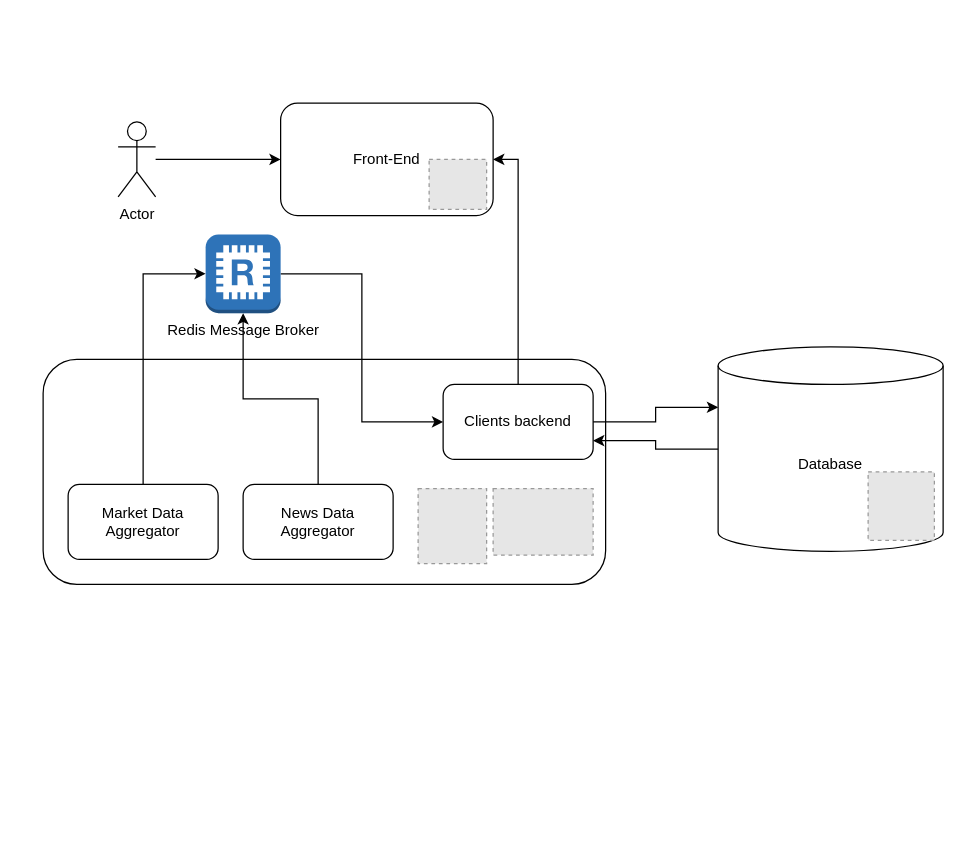
Earlier version of the draw.io diagram Crypto Station Architecture.drawio (thomasbs17/C-Metrics). Source tidied: cells renumbered, new cells numbered last; positions are measured from the earlier drawing's top-left corner, leaving out a move shared by most shapes. Both pictures are drawn from the tidied source at 125%, with x=0, y=0 at pixel (42, 102). Pictures stored in the file or linked from it are replaced by grey dashed boxes.
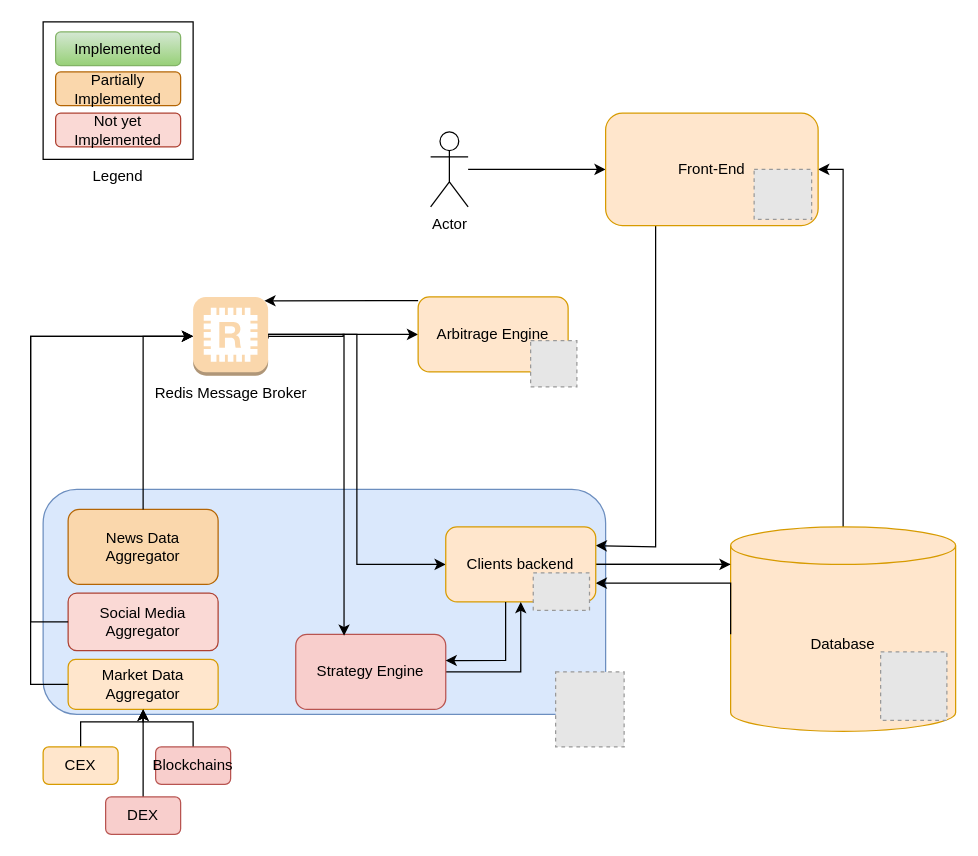
After the change.

Diff of the diagram source:
```diff
@@
-    <mxCell id="2" style="rounded=1;whiteSpace=wrap;html=1;" parent="1" vertex="1">
-      <mxGeometry y="205" width="450" height="180" as="geometry" />
+    <mxCell id="2" style="rounded=1;whiteSpace=wrap;html=1;fillColor=#dae8fc;strokeColor=#6c8ebf;" parent="1" vertex="1">
+      <mxGeometry y="309" width="450" height="180" as="geometry" />
     </mxCell>
@@
     <mxCell id="4" value="Actor" style="shape=umlActor;verticalLabelPosition=bottom;verticalAlign=top;html=1;outlineConnect=0;" parent="1" vertex="1">
-      <mxGeometry x="60" y="15" width="30" height="60" as="geometry" />
+      <mxGeometry x="310" y="23" width="30" height="60" as="geometry" />
     </mxCell>
-    <mxCell id="5" value="Front-End" style="rounded=1;whiteSpace=wrap;html=1;" parent="1" vertex="1">
-      <mxGeometry x="190" width="170" height="90" as="geometry" />
-    </mxCell>
+    <mxCell id="22" style="edgeStyle=orthogonalEdgeStyle;rounded=0;jettySize=auto;html=1;entryX=1;entryY=0.25;entryDx=0;entryDy=0;" parent="1" edge="1" source="5" target="10">
+      <mxGeometry relative="1" as="geometry">
+        <Array as="points">
+          <mxPoint x="490" y="355" />
+          <mxPoint x="442" y="355" />
+        </Array>
+      </mxGeometry>
+    </mxCell>
-    <mxCell id="6" value="Market Data Aggregator" style="rounded=1;whiteSpace=wrap;html=1;" parent="1" vertex="1">
-      <mxGeometry x="20" y="305" width="120" height="60" as="geometry" />
+    <mxCell id="6" value="Market Data Aggregator" style="rounded=1;whiteSpace=wrap;html=1;fillColor=#ffe6cc;strokeColor=#d79b00;" parent="1" vertex="1">
+      <mxGeometry x="20" y="445" width="120" height="40" as="geometry" />
     </mxCell>
-    <mxCell id="7" style="edgeStyle=orthogonalEdgeStyle;rounded=0;jettySize=auto;html=1;" parent="1" edge="1" source="8" target="12">
-      <mxGeometry relative="1" as="geometry" />
-    </mxCell>
-    <mxCell id="8" value="News Data Aggregator" style="rounded=1;whiteSpace=wrap;html=1;" parent="1" vertex="1">
-      <mxGeometry x="160" y="305" width="120" height="60" as="geometry" />
+    <mxCell id="8" value="News Data Aggregator" style="rounded=1;whiteSpace=wrap;html=1;fillColor=#fad7ac;strokeColor=#b46504;" parent="1" vertex="1">
+      <mxGeometry x="20" y="325" width="120" height="60" as="geometry" />
     </mxCell>
@@
-    <mxCell id="10" value="Clients backend" style="rounded=1;whiteSpace=wrap;html=1;" parent="1" vertex="1">
-      <mxGeometry x="320" y="225" width="120" height="60" as="geometry" />
-    </mxCell>
-    <mxCell id="11" style="edgeStyle=orthogonalEdgeStyle;rounded=0;jettySize=auto;html=1;entryX=0;entryY=0.5;entryDx=0;entryDy=0;" parent="1" edge="1" source="12" target="10">
-      <mxGeometry relative="1" as="geometry" />
+    <mxCell id="11" style="edgeStyle=orthogonalEdgeStyle;rounded=0;jettySize=auto;html=1;entryX=0;entryY=0.5;entryDx=0;entryDy=0;exitX=1;exitY=0.53;exitDx=0;exitDy=0;exitPerimeter=0;" parent="1" edge="1" source="12" target="10">
+      <mxGeometry relative="1" as="geometry">
+        <Array as="points">
+          <mxPoint x="180" y="185" />
+          <mxPoint x="251" y="185" />
+          <mxPoint x="251" y="369" />
+        </Array>
+      </mxGeometry>
     </mxCell>
+    <mxCell id="23" style="edgeStyle=orthogonalEdgeStyle;rounded=0;jettySize=auto;html=1;entryX=0;entryY=0.5;entryDx=0;entryDy=0;" parent="1" edge="1" source="12" target="29">
+      <mxGeometry relative="1" as="geometry" />
+    </mxCell>
-    <mxCell id="12" value="Redis Message Broker" style="outlineConnect=0;dashed=0;verticalLabelPosition=bottom;verticalAlign=top;align=center;html=1;shape=mxgraph.aws3.redis;fillColor=#2E73B8;gradientColor=none;" parent="1" vertex="1">
-      <mxGeometry x="130" y="105" width="60" height="63" as="geometry" />
+    <mxCell id="12" value="Redis Message Broker" style="outlineConnect=0;dashed=0;verticalLabelPosition=bottom;verticalAlign=top;align=center;html=1;shape=mxgraph.aws3.redis;fillColor=#fad7ac;strokeColor=#b46504;" parent="1" vertex="1">
+      <mxGeometry x="120" y="155" width="60" height="63" as="geometry" />
     </mxCell>
-    <mxCell id="13" style="edgeStyle=orthogonalEdgeStyle;rounded=0;jettySize=auto;html=1;entryX=0;entryY=0.5;entryDx=0;entryDy=0;entryPerimeter=0;" parent="1" edge="1" source="6" target="12">
-      <mxGeometry relative="1" as="geometry" />
-    </mxCell>
-    <mxCell id="14" style="fillColor=#E6E6E6;strokeColor=#999999;dashed=1;verticalLabelPosition=bottom;labelBackgroundColor=default;verticalAlign=top;" parent="1" vertex="1">
-      <mxGeometry x="308.8" y="45" width="46" height="40" as="geometry" />
-    </mxCell>
     <mxCell id="15" style="fillColor=#E6E6E6;strokeColor=#999999;dashed=1;verticalLabelPosition=bottom;labelBackgroundColor=default;verticalAlign=top;" parent="1" vertex="1">
-      <mxGeometry x="300" y="308.3" width="54.8" height="60" as="geometry" />
+      <mxGeometry x="410" y="455" width="54.8" height="60" as="geometry" />
     </mxCell>
-    <mxCell id="16" style="fillColor=#E6E6E6;strokeColor=#999999;dashed=1;verticalLabelPosition=bottom;labelBackgroundColor=default;verticalAlign=top;" parent="1" vertex="1">
-      <mxGeometry x="360" y="308.3" width="80" height="53.3" as="geometry" />
-    </mxCell>
     <mxCell id="17" style="group;" parent="1" vertex="1">
-      <mxGeometry x="540" y="195" width="180" height="163.5" as="geometry" />
+      <mxGeometry x="550" y="339" width="180" height="163.5" as="geometry" />
     </mxCell>
-    <mxCell id="18" value="Database" style="shape=cylinder3;whiteSpace=wrap;html=1;boundedLbl=1;backgroundOutline=1;size=15;" parent="17" vertex="1">
+    <mxCell id="18" value="Database" style="shape=cylinder3;whiteSpace=wrap;html=1;boundedLbl=1;backgroundOutline=1;size=15;fillColor=#ffe6cc;strokeColor=#d79b00;" parent="17" vertex="1">
       <mxGeometry width="180" height="163.5" as="geometry" />
     </mxCell>
@@
-    <mxCell id="20" style="edgeStyle=orthogonalEdgeStyle;rounded=0;jettySize=auto;html=1;entryX=0;entryY=0;entryDx=0;entryDy=48.375;entryPerimeter=0;" parent="1" edge="1" source="10" target="18">
-      <mxGeometry relative="1" as="geometry" />
+    <mxCell id="20" style="edgeStyle=orthogonalEdgeStyle;rounded=0;jettySize=auto;html=1;" parent="1" edge="1" source="10">
+      <mxGeometry relative="1" as="geometry">
+        <mxPoint x="550" y="369" as="targetPoint" />
+        <Array as="points">
+          <mxPoint x="550" y="369" />
+        </Array>
+      </mxGeometry>
     </mxCell>
-    <mxCell id="21" style="edgeStyle=orthogonalEdgeStyle;rounded=0;jettySize=auto;html=1;entryX=1;entryY=0.75;entryDx=0;entryDy=0;" parent="1" edge="1" source="18" target="10">
-      <mxGeometry relative="1" as="geometry" />
+    <mxCell id="21" style="edgeStyle=orthogonalEdgeStyle;rounded=0;jettySize=auto;html=1;entryX=1;entryY=0.75;entryDx=0;entryDy=0;" parent="1" edge="1" target="10">
+      <mxGeometry relative="1" as="geometry">
+        <mxPoint x="550" y="424.8" as="sourcePoint" />
+        <Array as="points">
+          <mxPoint x="550" y="384" />
+        </Array>
+      </mxGeometry>
     </mxCell>
+    <mxCell id="24" style="group;" parent="1" vertex="1">
+      <mxGeometry x="322.1" y="339" width="120" height="66.8" as="geometry" />
+    </mxCell>
+    <mxCell id="10" value="Clients backend" style="rounded=1;whiteSpace=wrap;html=1;fillColor=#ffe6cc;strokeColor=#d79b00;" parent="24" vertex="1">
+      <mxGeometry width="120" height="60" as="geometry" />
+    </mxCell>
+    <mxCell id="16" style="fillColor=#E6E6E6;strokeColor=#999999;dashed=1;verticalLabelPosition=bottom;labelBackgroundColor=default;verticalAlign=top;" parent="24" vertex="1">
+      <mxGeometry x="70" y="36.8" width="45" height="30" as="geometry" />
+    </mxCell>
+    <mxCell id="25" style="edgeStyle=orthogonalEdgeStyle;rounded=0;jettySize=auto;html=1;entryX=0.5;entryY=1;entryDx=0;entryDy=0;exitX=1;exitY=0.5;exitDx=0;exitDy=0;" parent="1" edge="1" source="26" target="10">
+      <mxGeometry relative="1" as="geometry" />
+    </mxCell>
+    <mxCell id="26" value="Strategy Engine" style="rounded=1;whiteSpace=wrap;html=1;fillColor=#f8cecc;strokeColor=#b85450;" parent="1" vertex="1">
+      <mxGeometry x="202.1" y="425" width="120" height="60" as="geometry" />
+    </mxCell>
+    <mxCell id="27" style="edgeStyle=orthogonalEdgeStyle;rounded=0;jettySize=auto;html=1;entryX=0.322;entryY=0.018;entryDx=0;entryDy=0;entryPerimeter=0;" parent="1" edge="1" source="12" target="26">
+      <mxGeometry relative="1" as="geometry">
+        <Array as="points">
+          <mxPoint x="240" y="185" />
+          <mxPoint x="240" y="426" />
+        </Array>
+      </mxGeometry>
+    </mxCell>
+    <mxCell id="28" style="group;" parent="1" vertex="1">
+      <mxGeometry x="300" y="155" width="127" height="72" as="geometry" />
+    </mxCell>
+    <mxCell id="29" value="Arbitrage Engine" style="rounded=1;whiteSpace=wrap;html=1;fillColor=#ffe6cc;strokeColor=#d79b00;" parent="28" vertex="1">
+      <mxGeometry width="120" height="60" as="geometry" />
+    </mxCell>
+    <mxCell id="30" style="fillColor=#E6E6E6;strokeColor=#999999;dashed=1;verticalLabelPosition=bottom;labelBackgroundColor=default;verticalAlign=top;" parent="28" vertex="1">
+      <mxGeometry x="90" y="35" width="37" height="37" as="geometry" />
+    </mxCell>
+    <mxCell id="31" style="group;" parent="1" vertex="1">
+      <mxGeometry x="450" y="8" width="170" height="90" as="geometry" />
+    </mxCell>
+    <mxCell id="5" value="Front-End" style="rounded=1;whiteSpace=wrap;html=1;fillColor=#ffe6cc;strokeColor=#d79b00;" parent="31" vertex="1">
+      <mxGeometry width="170" height="90" as="geometry" />
+    </mxCell>
+    <mxCell id="14" style="fillColor=#E6E6E6;strokeColor=#999999;dashed=1;verticalLabelPosition=bottom;labelBackgroundColor=default;verticalAlign=top;" parent="31" vertex="1">
+      <mxGeometry x="118.8" y="45" width="46" height="40" as="geometry" />
+    </mxCell>
+    <mxCell id="32" style="edgeStyle=orthogonalEdgeStyle;rounded=0;jettySize=auto;html=1;entryX=0.95;entryY=0.05;entryDx=0;entryDy=0;entryPerimeter=0;" parent="1" edge="1" source="29" target="12">
+      <mxGeometry relative="1" as="geometry">
+        <Array as="points">
+          <mxPoint x="270" y="158" />
+          <mxPoint x="270" y="158" />
+        </Array>
+      </mxGeometry>
+    </mxCell>
+    <mxCell id="33" style="edgeStyle=orthogonalEdgeStyle;rounded=0;jettySize=auto;html=1;entryX=0.5;entryY=1;entryDx=0;entryDy=0;" parent="1" edge="1" source="34" target="6">
+      <mxGeometry relative="1" as="geometry" />
+    </mxCell>
+    <mxCell id="34" value="CEX" style="rounded=1;whiteSpace=wrap;html=1;fillColor=#ffe6cc;strokeColor=#d79b00;" parent="1" vertex="1">
+      <mxGeometry y="515" width="60" height="30" as="geometry" />
+    </mxCell>
+    <mxCell id="35" style="edgeStyle=orthogonalEdgeStyle;rounded=0;jettySize=auto;html=1;entryX=0.5;entryY=1;entryDx=0;entryDy=0;" parent="1" edge="1" source="36" target="6">
+      <mxGeometry relative="1" as="geometry" />
+    </mxCell>
+    <mxCell id="36" value="DEX" style="rounded=1;whiteSpace=wrap;html=1;fillColor=#f8cecc;strokeColor=#b85450;" parent="1" vertex="1">
+      <mxGeometry x="50" y="555" width="60" height="30" as="geometry" />
+    </mxCell>
+    <mxCell id="37" style="edgeStyle=orthogonalEdgeStyle;rounded=0;jettySize=auto;html=1;entryX=0.5;entryY=1;entryDx=0;entryDy=0;" parent="1" edge="1" source="38" target="6">
+      <mxGeometry relative="1" as="geometry" />
+    </mxCell>
+    <mxCell id="38" value="Blockchains" style="rounded=1;whiteSpace=wrap;html=1;fillColor=#f8cecc;strokeColor=#b85450;" parent="1" vertex="1">
+      <mxGeometry x="90" y="515" width="60" height="30" as="geometry" />
+    </mxCell>
+    <mxCell id="7" style="edgeStyle=orthogonalEdgeStyle;rounded=0;jettySize=auto;html=1;entryX=0;entryY=0.5;entryDx=0;entryDy=0;entryPerimeter=0;" parent="1" edge="1" source="8" target="12">
+      <mxGeometry relative="1" as="geometry" />
+    </mxCell>
+    <mxCell id="13" style="edgeStyle=orthogonalEdgeStyle;rounded=0;jettySize=auto;html=1;entryX=0;entryY=0.5;entryDx=0;entryDy=0;entryPerimeter=0;exitX=0;exitY=0.5;exitDx=0;exitDy=0;" parent="1" edge="1" source="6" target="12">
+      <mxGeometry relative="1" as="geometry">
+        <Array as="points">
+          <mxPoint x="-10" y="465" />
+          <mxPoint x="-10" y="186" />
+        </Array>
+      </mxGeometry>
+    </mxCell>
+    <mxCell id="39" style="edgeStyle=orthogonalEdgeStyle;rounded=0;jettySize=auto;html=1;entryX=0.999;entryY=0.349;entryDx=0;entryDy=0;entryPerimeter=0;" parent="1" edge="1" source="10" target="26">
+      <mxGeometry relative="1" as="geometry">
+        <Array as="points">
+          <mxPoint x="370" y="446" />
+        </Array>
+      </mxGeometry>
+    </mxCell>
+    <mxCell id="40" value="Social Media Aggregator" style="rounded=1;whiteSpace=wrap;html=1;fillColor=#fad9d5;strokeColor=#ae4132;" parent="1" vertex="1">
+      <mxGeometry x="20" y="392" width="120" height="46" as="geometry" />
+    </mxCell>
+    <mxCell id="41" style="edgeStyle=orthogonalEdgeStyle;rounded=0;jettySize=auto;html=1;entryX=0;entryY=0.5;entryDx=0;entryDy=0;entryPerimeter=0;" parent="1" edge="1" source="40" target="12">
+      <mxGeometry relative="1" as="geometry">
+        <Array as="points">
+          <mxPoint x="-10" y="415" />
+          <mxPoint x="-10" y="187" />
+        </Array>
+      </mxGeometry>
+    </mxCell>
+    <mxCell id="42" value="Legend" style="rounded=0;whiteSpace=wrap;html=1;fillColor=default;verticalAlign=top;labelPosition=center;verticalLabelPosition=bottom;align=center;" parent="1" vertex="1">
+      <mxGeometry y="-65" width="120" height="110" as="geometry" />
+    </mxCell>
+    <mxCell id="43" value="Implemented" style="rounded=1;whiteSpace=wrap;html=1;fillColor=#d5e8d4;strokeColor=#82b366;gradientColor=#97d077;" parent="1" vertex="1">
+      <mxGeometry x="10" y="-57" width="100" height="27" as="geometry" />
+    </mxCell>
+    <mxCell id="44" value="Partially Implemented" style="rounded=1;whiteSpace=wrap;html=1;fillColor=#fad7ac;strokeColor=#b46504;" parent="1" vertex="1">
+      <mxGeometry x="10" y="-25" width="100" height="27" as="geometry" />
+    </mxCell>
+    <mxCell id="45" value="Not yet Implemented" style="rounded=1;whiteSpace=wrap;html=1;fillColor=#fad9d5;strokeColor=#ae4132;" parent="1" vertex="1">
+      <mxGeometry x="10" y="8" width="100" height="27" as="geometry" />
+    </mxCell>
```
